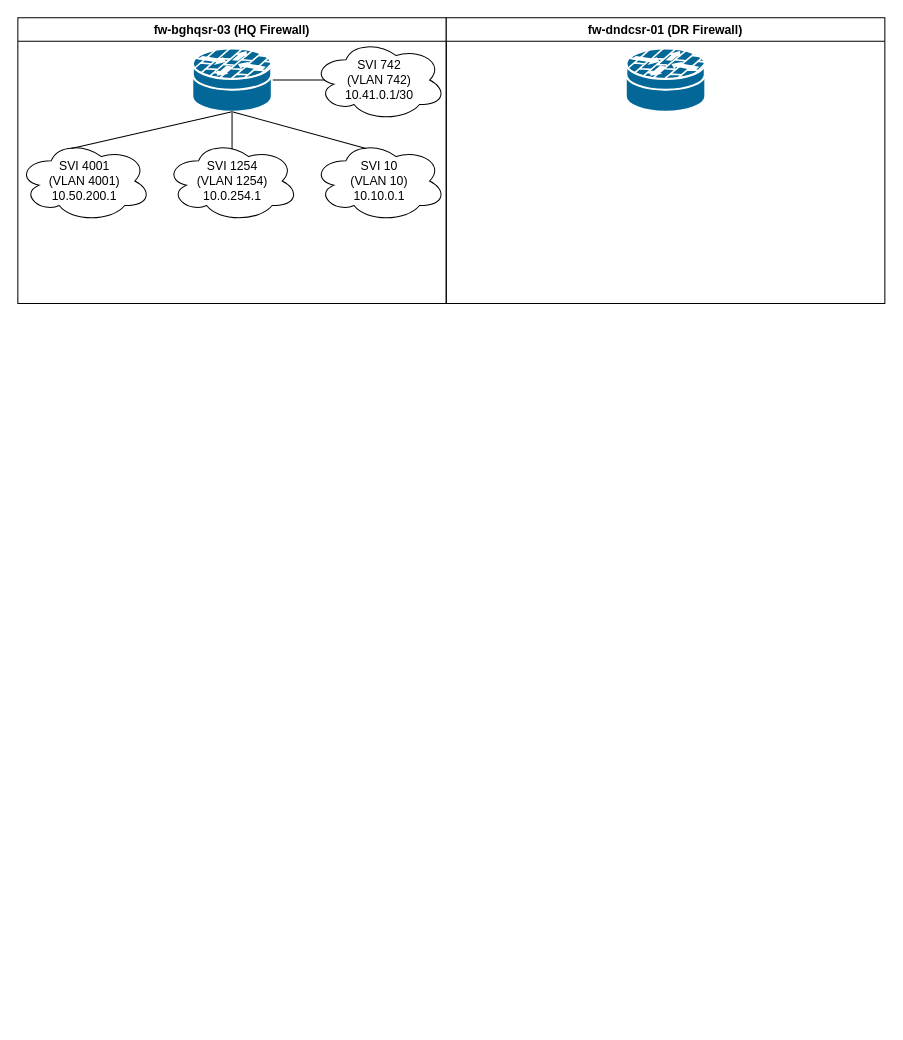
Earlier version of the draw.io diagram page "Delta" (2 of 2) of DR_L2_L3.drawio (adamrt918/Diagram). Source tidied: cells renumbered, new cells numbered last; positions are measured from the earlier drawing's top-left corner, leaving out a move shared by most shapes. Both pictures are drawn from the tidied source at 102%, with x=0, y=0 at pixel (17, 17).
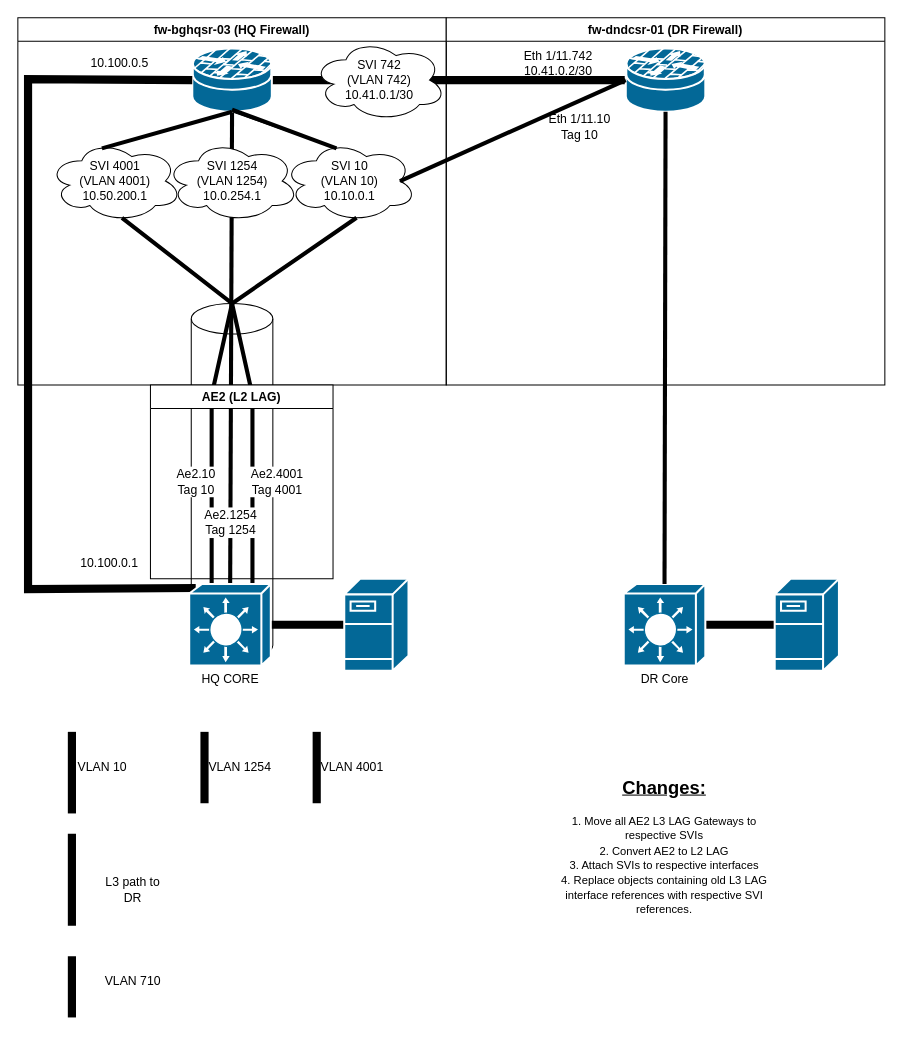
The same page after the edit.

Unchanged cells that the change refers to:
```xml
<mxCell id="5" style="shape=mxgraph.cisco.security.router_firewall;sketch=0;html=1;dashed=0;fillColor=#036897;strokeColor=#ffffff;strokeWidth=2;verticalLabelPosition=bottom;verticalAlign=top;align=center;outlineConnect=0;" parent="2" vertex="1">
  <mxGeometry x="171" y="30" width="78" height="62" as="geometry" />
</mxCell>
<mxCell id="11" value="SVI 742&lt;div&gt;(VLAN 742)&lt;/div&gt;&lt;div&gt;10.41.0.1/30&lt;/div&gt;" style="ellipse;shape=cloud;whiteSpace=wrap;html=1;" parent="2" vertex="1">
  <mxGeometry x="289" y="21" width="131" height="80" as="geometry" />
</mxCell>
<mxCell id="13" style="shape=mxgraph.cisco.security.router_firewall;sketch=0;html=1;dashed=0;fillColor=#036897;strokeColor=#ffffff;strokeWidth=2;verticalLabelPosition=bottom;verticalAlign=top;align=center;outlineConnect=0;" parent="12" vertex="1">
  <mxGeometry x="176" y="30" width="78" height="62" as="geometry" />
</mxCell>
```

The edit, as a diff of the source:
```diff
@@
+    <mxCell id="14" style="endArrow=none;html=1;rounded=0;strokeColor=light-dark(#000000,#FFB366);strokeWidth=8;exitX=1;exitY=0.5;exitDx=0;exitDy=0;exitPerimeter=0;" parent="1" edge="1">
+      <mxGeometry relative="1" as="geometry">
+        <mxPoint x="670" y="595" as="sourcePoint" />
+        <mxPoint x="742" y="595" as="targetPoint" />
+      </mxGeometry>
+    </mxCell>
+    <mxCell id="15" style="endArrow=none;html=1;rounded=0;strokeColor=light-dark(#000000,#6666FF);strokeWidth=8;exitX=1;exitY=0.5;exitDx=0;exitDy=0;exitPerimeter=0;entryX=0;entryY=0.5;entryDx=0;entryDy=0;entryPerimeter=0;" parent="1" edge="1" source="5" target="13">
+      <mxGeometry relative="1" as="geometry" />
+    </mxCell>
+    <mxCell id="16" style="shape=cylinder3;whiteSpace=wrap;html=1;boundedLbl=1;backgroundOutline=1;size=15;" parent="1" vertex="1">
+      <mxGeometry x="170" y="280" width="80" height="350" as="geometry" />
+    </mxCell>
+    <mxCell id="17" style="endArrow=none;html=1;rounded=0;strokeWidth=4;strokeColor=light-dark(#000000,#00FFFF);entryX=0.5;entryY=1;entryDx=0;entryDy=0;entryPerimeter=0;" parent="1" edge="1" source="43" target="5">
+      <mxGeometry relative="1" as="geometry" />
+    </mxCell>
     <mxCell id="2" value="fw-bghqsr-03 (HQ Firewall)" style="swimlane;whiteSpace=wrap;html=1;" parent="1" vertex="1">
-      <mxGeometry width="420" height="280" as="geometry" />
+      <mxGeometry width="420" height="360" as="geometry" />
     </mxCell>
-    <mxCell id="3" style="endArrow=none;html=1;rounded=0;entryX=1;entryY=0.5;entryDx=0;entryDy=0;entryPerimeter=0;exitX=0.875;exitY=0.5;exitDx=0;exitDy=0;exitPerimeter=0;" parent="2" edge="1" source="11" target="5">
-      <mxGeometry relative="1" as="geometry" />
-    </mxCell>
@@
     <mxCell id="6" value="SVI 4001&lt;div&gt;(VLAN 4001)&lt;/div&gt;&lt;div&gt;10.50.200.1&lt;/div&gt;" style="ellipse;shape=cloud;whiteSpace=wrap;html=1;" parent="2" vertex="1">
-      <mxGeometry y="120" width="131" height="80" as="geometry" />
+      <mxGeometry x="30" y="120" width="131" height="80" as="geometry" />
     </mxCell>
@@
     <mxCell id="9" value="SVI 10&lt;div&gt;(VLAN 10)&lt;/div&gt;&lt;div&gt;10.10.0.1&lt;/div&gt;" style="ellipse;shape=cloud;whiteSpace=wrap;html=1;" parent="2" vertex="1">
-      <mxGeometry x="289" y="120" width="131" height="80" as="geometry" />
+      <mxGeometry x="260" y="120" width="131" height="80" as="geometry" />
     </mxCell>
@@
+    <mxCell id="18" style="endArrow=none;html=1;rounded=0;entryX=0.5;entryY=1;entryDx=0;entryDy=0;entryPerimeter=0;strokeWidth=4;strokeColor=light-dark(#000000,#00CC66);exitX=0.4;exitY=0.1;exitDx=0;exitDy=0;exitPerimeter=0;" parent="2" edge="1" source="6" target="5">
+      <mxGeometry relative="1" as="geometry" />
+    </mxCell>
+    <mxCell id="19" value="10.100.0.5" style="text;html=1;align=center;verticalAlign=middle;whiteSpace=wrap;rounded=0;" parent="2" vertex="1">
+      <mxGeometry x="70" y="30" width="60" height="30" as="geometry" />
+    </mxCell>
     <mxCell id="12" value="fw-dndcsr-01 (DR Firewall)" style="swimlane;whiteSpace=wrap;html=1;" parent="1" vertex="1">
-      <mxGeometry x="420" width="430" height="280" as="geometry" />
+      <mxGeometry x="420" width="430" height="360" as="geometry" />
     </mxCell>
@@
+    <mxCell id="20" value="&lt;div&gt;Eth 1/11.742&lt;/div&gt;10.41.0.2/30" style="text;html=1;align=center;verticalAlign=middle;whiteSpace=wrap;rounded=0;" parent="12" vertex="1">
+      <mxGeometry x="65" y="30" width="90" height="30" as="geometry" />
+    </mxCell>
+    <mxCell id="21" value="&lt;div&gt;Eth 1/11.10&lt;/div&gt;Tag 10" style="text;html=1;align=center;verticalAlign=middle;whiteSpace=wrap;rounded=0;" parent="12" vertex="1">
+      <mxGeometry x="86" y="92" width="90" height="30" as="geometry" />
+    </mxCell>
+    <mxCell id="22" style="endArrow=none;html=1;rounded=0;exitX=0.275;exitY=0.238;exitDx=0;exitDy=0;exitPerimeter=0;strokeColor=light-dark(#000000,#FFB366);strokeWidth=4;entryX=0.55;entryY=0.95;entryDx=0;entryDy=0;entryPerimeter=0;" parent="1" edge="1" source="43" target="9">
+      <mxGeometry relative="1" as="geometry">
+        <Array as="points">
+          <mxPoint x="190" y="620" />
+          <mxPoint x="190" y="370" />
+          <mxPoint x="210" y="280" />
+        </Array>
+      </mxGeometry>
+    </mxCell>
+    <mxCell id="23" value="Ae2.10&lt;div&gt;Tag 10&lt;/div&gt;" style="text;html=1;align=center;verticalAlign=middle;whiteSpace=wrap;rounded=0;fillColor=default;fillStyle=solid;labelBackgroundColor=light-dark(#FFFFFF,#000000);fontColor=default;" parent="1" vertex="1">
+      <mxGeometry x="144.5" y="440" width="60" height="30" as="geometry" />
+    </mxCell>
+    <mxCell id="24" style="endArrow=none;html=1;rounded=0;entryX=0.12;entryY=0.91;entryDx=0;entryDy=0;entryPerimeter=0;strokeColor=light-dark(#000000,#FFB366);strokeWidth=8;" parent="1" edge="1">
+      <mxGeometry relative="1" as="geometry">
+        <mxPoint x="53" y="780" as="sourcePoint" />
+        <mxPoint x="53" y="700" as="targetPoint" />
+      </mxGeometry>
+    </mxCell>
+    <mxCell id="25" value="VLAN 10" style="text;html=1;align=center;verticalAlign=middle;whiteSpace=wrap;rounded=0;" parent="1" vertex="1">
+      <mxGeometry x="53" y="720" width="60" height="30" as="geometry" />
+    </mxCell>
+    <mxCell id="26" style="endArrow=none;html=1;rounded=0;strokeColor=light-dark(#000000,#6666FF);strokeWidth=8;" parent="1" edge="1">
+      <mxGeometry relative="1" as="geometry">
+        <mxPoint x="53" y="890" as="sourcePoint" />
+        <mxPoint x="53" y="800" as="targetPoint" />
+      </mxGeometry>
+    </mxCell>
+    <mxCell id="27" value="L3 path to DR" style="text;html=1;align=center;verticalAlign=middle;whiteSpace=wrap;rounded=0;" parent="1" vertex="1">
+      <mxGeometry x="83" y="840" width="60" height="30" as="geometry" />
+    </mxCell>
+    <mxCell id="28" style="endArrow=none;html=1;rounded=0;exitX=1;exitY=0.5;exitDx=0;exitDy=0;exitPerimeter=0;strokeColor=light-dark(#000000,#CC0000);strokeWidth=8;" parent="1" edge="1">
+      <mxGeometry relative="1" as="geometry">
+        <mxPoint x="53" y="920" as="sourcePoint" />
+        <mxPoint x="53" y="980" as="targetPoint" />
+      </mxGeometry>
+    </mxCell>
+    <mxCell id="29" value="VLAN 710" style="text;html=1;align=center;verticalAlign=middle;whiteSpace=wrap;rounded=0;" parent="1" vertex="1">
+      <mxGeometry x="83" y="930" width="60" height="30" as="geometry" />
+    </mxCell>
+    <mxCell id="30" style="endArrow=none;html=1;rounded=0;entryX=0.5;entryY=1;entryDx=0;entryDy=0;entryPerimeter=0;strokeWidth=8;strokeColor=light-dark(#000000,#00FFFF);" parent="1" edge="1">
+      <mxGeometry relative="1" as="geometry">
+        <mxPoint x="183" y="770" as="sourcePoint" />
+        <mxPoint x="183" y="700" as="targetPoint" />
+      </mxGeometry>
+    </mxCell>
+    <mxCell id="31" value="VLAN 1254" style="text;html=1;align=center;verticalAlign=middle;whiteSpace=wrap;rounded=0;" parent="1" vertex="1">
+      <mxGeometry x="183" y="720" width="70" height="30" as="geometry" />
+    </mxCell>
+    <mxCell id="32" style="endArrow=none;html=1;rounded=0;entryX=0.5;entryY=1;entryDx=0;entryDy=0;entryPerimeter=0;strokeWidth=8;strokeColor=light-dark(#000000,#00CC66);" parent="1" edge="1">
+      <mxGeometry relative="1" as="geometry">
+        <mxPoint x="293" y="770" as="sourcePoint" />
+        <mxPoint x="293" y="700" as="targetPoint" />
+      </mxGeometry>
+    </mxCell>
+    <mxCell id="33" value="VLAN 4001" style="text;html=1;align=center;verticalAlign=middle;whiteSpace=wrap;rounded=0;" parent="1" vertex="1">
+      <mxGeometry x="293" y="720" width="70" height="30" as="geometry" />
+    </mxCell>
+    <mxCell id="34" style="endArrow=none;html=1;rounded=0;strokeColor=light-dark(#000000,#FFB366);strokeWidth=8;exitX=1;exitY=0.5;exitDx=0;exitDy=0;exitPerimeter=0;" parent="1" edge="1" source="43">
+      <mxGeometry relative="1" as="geometry">
+        <mxPoint x="320" y="595" as="targetPoint" />
+      </mxGeometry>
+    </mxCell>
+    <mxCell id="35" style="shape=mxgraph.cisco.servers.fileserver;sketch=0;html=1;dashed=0;fillColor=#036897;strokeColor=#ffffff;strokeWidth=2;verticalLabelPosition=bottom;verticalAlign=top;align=center;" parent="1" vertex="1">
+      <mxGeometry x="320" y="550" width="63" height="90" as="geometry" />
+    </mxCell>
+    <mxCell id="36" style="endArrow=none;html=1;rounded=0;entryX=0.4;entryY=0.1;entryDx=0;entryDy=0;entryPerimeter=0;strokeColor=light-dark(#000000,#FFB366);strokeWidth=4;" parent="1" edge="1" target="9">
+      <mxGeometry relative="1" as="geometry">
+        <mxPoint x="210" y="90" as="sourcePoint" />
+      </mxGeometry>
+    </mxCell>
+    <mxCell id="37" style="endArrow=none;html=1;rounded=0;strokeColor=light-dark(#000000,#6666FF);strokeWidth=8;exitX=0.08;exitY=0.05;exitDx=0;exitDy=0;exitPerimeter=0;entryX=0;entryY=0.5;entryDx=0;entryDy=0;entryPerimeter=0;" parent="1" edge="1" source="43" target="5">
+      <mxGeometry relative="1" as="geometry">
+        <Array as="points">
+          <mxPoint x="10" y="560" />
+          <mxPoint x="10" y="60" />
+        </Array>
+      </mxGeometry>
+    </mxCell>
+    <mxCell id="38" value="10.100.0.1" style="text;html=1;align=center;verticalAlign=middle;whiteSpace=wrap;rounded=0;" parent="1" vertex="1">
+      <mxGeometry x="60" y="520" width="60" height="30" as="geometry" />
+    </mxCell>
+    <mxCell id="39" style="endArrow=none;html=1;rounded=0;entryX=0;entryY=0.5;entryDx=0;entryDy=0;entryPerimeter=0;strokeColor=light-dark(#000000,#FFB366);strokeWidth=4;exitX=0.875;exitY=0.5;exitDx=0;exitDy=0;exitPerimeter=0;" parent="1" edge="1" source="9" target="13">
+      <mxGeometry relative="1" as="geometry" />
+    </mxCell>
+    <mxCell id="40" value="&lt;div&gt;DR Core&lt;/div&gt;" style="shape=mxgraph.cisco.switches.layer_3_switch;sketch=0;html=1;dashed=0;fillColor=#036897;strokeColor=#ffffff;strokeWidth=2;verticalLabelPosition=bottom;verticalAlign=top;align=center;outlineConnect=0;" parent="1" vertex="1">
+      <mxGeometry x="594" y="555" width="80" height="80" as="geometry" />
+    </mxCell>
+    <mxCell id="41" style="endArrow=none;html=1;rounded=0;entryX=0.5;entryY=1;entryDx=0;entryDy=0;entryPerimeter=0;strokeColor=light-dark(#000000,#FFB366);strokeWidth=4;exitX=0.5;exitY=0;exitDx=0;exitDy=0;exitPerimeter=0;" parent="1" edge="1" source="40" target="13">
+      <mxGeometry relative="1" as="geometry" />
+    </mxCell>
+    <mxCell id="42" style="endArrow=none;html=1;rounded=0;strokeWidth=4;strokeColor=light-dark(#000000,#00CC66);exitX=0.55;exitY=0.95;exitDx=0;exitDy=0;exitPerimeter=0;" parent="1" edge="1" source="6">
+      <mxGeometry relative="1" as="geometry">
+        <mxPoint x="230" y="600" as="targetPoint" />
+        <Array as="points">
+          <mxPoint x="210" y="280" />
+          <mxPoint x="230" y="370" />
+        </Array>
+      </mxGeometry>
+    </mxCell>
+    <mxCell id="43" value="HQ CORE&lt;div&gt;&lt;br&gt;&lt;/div&gt;" style="shape=mxgraph.cisco.switches.layer_3_switch;sketch=0;html=1;dashed=0;fillColor=#036897;strokeColor=#ffffff;strokeWidth=2;verticalLabelPosition=bottom;verticalAlign=top;align=center;outlineConnect=0;" parent="1" vertex="1">
+      <mxGeometry x="168" y="555" width="80" height="80" as="geometry" />
+    </mxCell>
+    <mxCell id="44" value="AE2 (L2 LAG)" style="swimlane;whiteSpace=wrap;html=1;startSize=23;" parent="1" vertex="1">
+      <mxGeometry x="130" y="360" width="179" height="190" as="geometry" />
+    </mxCell>
+    <mxCell id="45" value="Ae2.1254&lt;div&gt;Tag 1254&lt;/div&gt;" style="text;html=1;align=center;verticalAlign=middle;whiteSpace=wrap;rounded=0;fillColor=default;fillStyle=solid;" parent="44" vertex="1">
+      <mxGeometry x="49" y="120" width="60" height="30" as="geometry" />
+    </mxCell>
+    <mxCell id="46" value="Ae2.4001&lt;div&gt;Tag 4001&lt;/div&gt;" style="text;html=1;align=center;verticalAlign=middle;whiteSpace=wrap;rounded=0;fillColor=default;fillStyle=solid;" parent="44" vertex="1">
+      <mxGeometry x="89" y="80" width="71" height="30" as="geometry" />
+    </mxCell>
+    <mxCell id="47" style="shape=mxgraph.cisco.servers.fileserver;sketch=0;html=1;dashed=0;fillColor=#036897;strokeColor=#ffffff;strokeWidth=2;verticalLabelPosition=bottom;verticalAlign=top;align=center;" parent="1" vertex="1">
+      <mxGeometry x="742" y="550" width="63" height="90" as="geometry" />
+    </mxCell>
+    <mxCell id="48" value="&lt;font style=&quot;font-size: 18px;&quot;&gt;&lt;b&gt;&lt;u&gt;Changes:&lt;/u&gt;&lt;/b&gt;&lt;/font&gt;&lt;div&gt;&lt;br&gt;&lt;/div&gt;&lt;div&gt;&lt;span style=&quot;font-size: 11px;&quot;&gt;1. Move all AE2 L3 LAG Gateways to respective SVIs&lt;/span&gt;&lt;/div&gt;&lt;div&gt;&lt;span style=&quot;font-size: 11px;&quot;&gt;2. Convert AE2 to L2 LAG&lt;/span&gt;&lt;/div&gt;&lt;div&gt;&lt;span style=&quot;font-size: 11px;&quot;&gt;3. Attach SVIs to respective interfaces&lt;/span&gt;&lt;/div&gt;&lt;div&gt;&lt;span style=&quot;font-size: 11px;&quot;&gt;4. Replace objects containing old L3 LAG interface references with respective SVI references.&lt;br&gt;&lt;br&gt;&lt;/span&gt;&lt;/div&gt;" style="text;html=1;align=center;verticalAlign=middle;whiteSpace=wrap;rounded=0;" parent="1" vertex="1">
+      <mxGeometry x="526" y="680" width="216" height="280" as="geometry" />
+    </mxCell>
```
